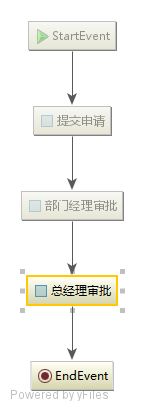
Before: src/main/resources/bpmns/helloWorld.png, a diagram exported from BPMN (leishuofeng/study_activiti). Its source is kept beside it as src/main/resources/bpmns/helloWorld.bpmn. Ids are renumbered. The source it was exported from:
```xml
<definitions xmlns="http://www.omg.org/spec/BPMN/20100524/MODEL" xmlns:activiti="http://activiti.org/bpmn" xmlns:bpmndi="http://www.omg.org/spec/BPMN/20100524/DI" xmlns:dc="http://www.omg.org/spec/DD/20100524/DC" xmlns:di="http://www.omg.org/spec/DD/20100524/DI" xmlns:tns="http://sourceforge.net/bpmn/definitions/$SYSTEM_TIME$" xmlns:xsd="http://www.w3.org/2001/XMLSchema" xmlns:xsi="http://www.w3.org/2001/XMLSchema-instance" xmlns:yaoqiang="http://bpmn.sourceforge.net" expressionLanguage="http://www.w3.org/1999/XPath" id="$SYSTEM_TIME$" name="$DEF_NAME$" targetNamespace="http://sourceforge.net/bpmn/definitions/$SYSTEM_TIME$" typeLanguage="http://www.w3.org/2001/XMLSchema">
  <process id="helloWorld" isClosed="false" isExecutable="true" name="helloWorldProcess" processType="None">
    <startEvent id="_2" name="StartEvent"/>
    <endEvent id="_3" name="EndEvent"/>
    <userTask activiti:exclusive="true" id="_4" name="提交申请"/>
    <userTask activiti:exclusive="true" id="_5" name="部门经理审批"/>
    <userTask activiti:exclusive="true" id="_6" name="总经理审批"/>
    <sequenceFlow id="_7" sourceRef="_2" targetRef="_4"/>
    <sequenceFlow id="_8" sourceRef="_4" targetRef="_5"/>
    <sequenceFlow id="_9" sourceRef="_5" targetRef="_6"/>
    <sequenceFlow id="_10" sourceRef="_6" targetRef="_3"/>
  </process>
  <bpmndi:BPMNDiagram documentation="background=#FFFFFF;count=1;horizontalcount=1;orientation=0;width=842.4;height=1195.2;imageableWidth=832.4;imageableHeight=1185.2;imageableX=5.0;imageableY=5.0" id="Diagram-_1" name="New Diagram">
    <bpmndi:BPMNPlane bpmnElement="helloWorld">
      <bpmndi:BPMNShape bpmnElement="_2" id="Shape-_2">
        <dc:Bounds height="32.0" width="32.0" x="160.0" y="25.0"/>
        <bpmndi:BPMNLabel>
          <dc:Bounds height="32.0" width="32.0" x="0.0" y="0.0"/>
        </bpmndi:BPMNLabel>
      </bpmndi:BPMNShape>
      <bpmndi:BPMNShape bpmnElement="_3" id="Shape-_3">
        <dc:Bounds height="32.0" width="32.0" x="165.0" y="395.0"/>
        <bpmndi:BPMNLabel>
          <dc:Bounds height="32.0" width="32.0" x="0.0" y="0.0"/>
        </bpmndi:BPMNLabel>
      </bpmndi:BPMNShape>
      <bpmndi:BPMNShape bpmnElement="_4" id="Shape-_4">
        <dc:Bounds height="55.0" width="85.0" x="135.0" y="105.0"/>
        <bpmndi:BPMNLabel>
          <dc:Bounds height="55.0" width="85.0" x="0.0" y="0.0"/>
        </bpmndi:BPMNLabel>
      </bpmndi:BPMNShape>
      <bpmndi:BPMNShape bpmnElement="_5" id="Shape-_5">
        <dc:Bounds height="55.0" width="85.0" x="140.0" y="200.0"/>
        <bpmndi:BPMNLabel>
          <dc:Bounds height="55.0" width="85.0" x="0.0" y="0.0"/>
        </bpmndi:BPMNLabel>
      </bpmndi:BPMNShape>
      <bpmndi:BPMNShape bpmnElement="_6" id="Shape-_6">
        <dc:Bounds height="55.0" width="85.0" x="135.0" y="300.0"/>
        <bpmndi:BPMNLabel>
          <dc:Bounds height="55.0" width="85.0" x="0.0" y="0.0"/>
        </bpmndi:BPMNLabel>
      </bpmndi:BPMNShape>
      <bpmndi:BPMNEdge bpmnElement="_7" id="BPMNEdge__7" sourceElement="_2" targetElement="_4">
        <di:waypoint x="176.0" y="57.0"/>
        <di:waypoint x="176.0" y="105.0"/>
        <bpmndi:BPMNLabel>
          <dc:Bounds height="0.0" width="0.0" x="0.0" y="0.0"/>
        </bpmndi:BPMNLabel>
      </bpmndi:BPMNEdge>
      <bpmndi:BPMNEdge bpmnElement="_8" id="BPMNEdge__8" sourceElement="_4" targetElement="_5">
        <di:waypoint x="180.0" y="160.0"/>
        <di:waypoint x="180.0" y="200.0"/>
        <bpmndi:BPMNLabel>
          <dc:Bounds height="0.0" width="0.0" x="0.0" y="0.0"/>
        </bpmndi:BPMNLabel>
      </bpmndi:BPMNEdge>
      <bpmndi:BPMNEdge bpmnElement="_9" id="BPMNEdge__9" sourceElement="_5" targetElement="_6">
        <di:waypoint x="180.0" y="255.0"/>
        <di:waypoint x="180.0" y="300.0"/>
        <bpmndi:BPMNLabel>
          <dc:Bounds height="0.0" width="0.0" x="0.0" y="0.0"/>
        </bpmndi:BPMNLabel>
      </bpmndi:BPMNEdge>
      <bpmndi:BPMNEdge bpmnElement="_10" id="BPMNEdge__10" sourceElement="_6" targetElement="_3">
        <di:waypoint x="181.0" y="355.0"/>
        <di:waypoint x="181.0" y="395.0"/>
        <bpmndi:BPMNLabel>
          <dc:Bounds height="0.0" width="0.0" x="0.0" y="0.0"/>
        </bpmndi:BPMNLabel>
      </bpmndi:BPMNEdge>
    </bpmndi:BPMNPlane>
  </bpmndi:BPMNDiagram>
</definitions>
```
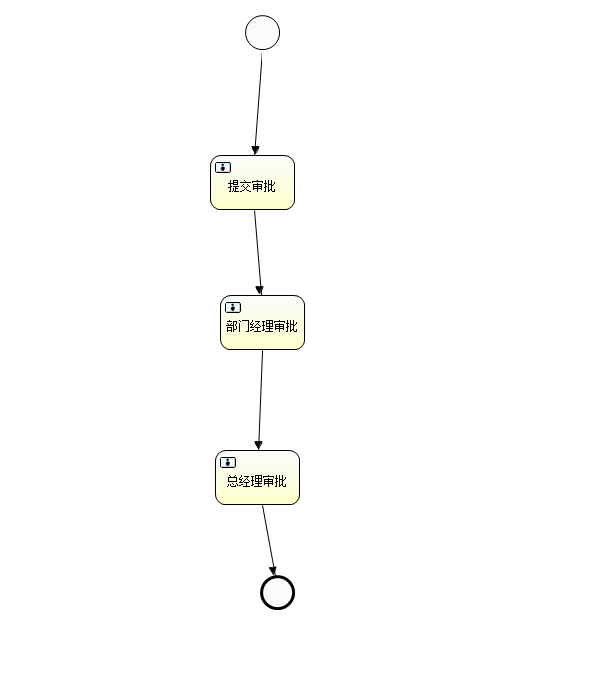
After the commit.

The edit, as a diff of the source:
```diff
@@ -1,8 +1,8 @@
-<definitions xmlns="http://www.omg.org/spec/BPMN/20100524/MODEL" xmlns:activiti="http://activiti.org/bpmn" xmlns:bpmndi="http://www.omg.org/spec/BPMN/20100524/DI" xmlns:dc="http://www.omg.org/spec/DD/20100524/DC" xmlns:di="http://www.omg.org/spec/DD/20100524/DI" xmlns:tns="http://sourceforge.net/bpmn/definitions/$SYSTEM_TIME$" xmlns:xsd="http://www.w3.org/2001/XMLSchema" xmlns:xsi="http://www.w3.org/2001/XMLSchema-instance" xmlns:yaoqiang="http://bpmn.sourceforge.net" expressionLanguage="http://www.w3.org/1999/XPath" id="$SYSTEM_TIME$" name="$DEF_NAME$" targetNamespace="http://sourceforge.net/bpmn/definitions/$SYSTEM_TIME$" typeLanguage="http://www.w3.org/2001/XMLSchema">
-  <process id="helloWorld" isClosed="false" isExecutable="true" name="helloWorldProcess" processType="None">
+<definitions xmlns="http://www.omg.org/spec/BPMN/20100524/MODEL" xmlns:activiti="http://activiti.org/bpmn" xmlns:bpmndi="http://www.omg.org/spec/BPMN/20100524/DI" xmlns:omgdc="http://www.omg.org/spec/DD/20100524/DC" xmlns:omgdi="http://www.omg.org/spec/DD/20100524/DI" xmlns:tns="http://www.activiti.org/test" xmlns:xsd="http://www.w3.org/2001/XMLSchema" xmlns:xsi="http://www.w3.org/2001/XMLSchema-instance" expressionLanguage="http://www.w3.org/1999/XPath" id="m1551775209069" name="" targetNamespace="http://www.activiti.org/test" typeLanguage="http://www.w3.org/2001/XMLSchema">
+  <process id="helloWorld" isClosed="false" isExecutable="true" name="helloWorld" processType="None">
     <startEvent id="_2" name="StartEvent"/>
     <endEvent id="_3" name="EndEvent"/>
-    <userTask activiti:exclusive="true" id="_4" name="提交申请"/>
+    <userTask activiti:exclusive="true" id="_4" name="提交审批"/>
     <userTask activiti:exclusive="true" id="_5" name="部门经理审批"/>
     <userTask activiti:exclusive="true" id="_6" name="总经理审批"/>
     <sequenceFlow id="_7" sourceRef="_2" targetRef="_4"/>
@@ -13,61 +13,61 @@
   <bpmndi:BPMNDiagram documentation="background=#FFFFFF;count=1;horizontalcount=1;orientation=0;width=842.4;height=1195.2;imageableWidth=832.4;imageableHeight=1185.2;imageableX=5.0;imageableY=5.0" id="Diagram-_1" name="New Diagram">
     <bpmndi:BPMNPlane bpmnElement="helloWorld">
       <bpmndi:BPMNShape bpmnElement="_2" id="Shape-_2">
-        <dc:Bounds height="32.0" width="32.0" x="160.0" y="25.0"/>
+        <omgdc:Bounds height="32.0" width="32.0" x="245.0" y="15.0"/>
         <bpmndi:BPMNLabel>
-          <dc:Bounds height="32.0" width="32.0" x="0.0" y="0.0"/>
+          <omgdc:Bounds height="32.0" width="32.0" x="0.0" y="0.0"/>
         </bpmndi:BPMNLabel>
       </bpmndi:BPMNShape>
       <bpmndi:BPMNShape bpmnElement="_3" id="Shape-_3">
-        <dc:Bounds height="32.0" width="32.0" x="165.0" y="395.0"/>
+        <omgdc:Bounds height="32.0" width="32.0" x="260.0" y="575.0"/>
         <bpmndi:BPMNLabel>
-          <dc:Bounds height="32.0" width="32.0" x="0.0" y="0.0"/>
+          <omgdc:Bounds height="32.0" width="32.0" x="0.0" y="0.0"/>
         </bpmndi:BPMNLabel>
       </bpmndi:BPMNShape>
       <bpmndi:BPMNShape bpmnElement="_4" id="Shape-_4">
-        <dc:Bounds height="55.0" width="85.0" x="135.0" y="105.0"/>
+        <omgdc:Bounds height="55.0" width="85.0" x="210.0" y="155.0"/>
         <bpmndi:BPMNLabel>
-          <dc:Bounds height="55.0" width="85.0" x="0.0" y="0.0"/>
+          <omgdc:Bounds height="55.0" width="85.0" x="0.0" y="0.0"/>
         </bpmndi:BPMNLabel>
       </bpmndi:BPMNShape>
       <bpmndi:BPMNShape bpmnElement="_5" id="Shape-_5">
-        <dc:Bounds height="55.0" width="85.0" x="140.0" y="200.0"/>
+        <omgdc:Bounds height="55.0" width="85.0" x="220.0" y="295.0"/>
         <bpmndi:BPMNLabel>
-          <dc:Bounds height="55.0" width="85.0" x="0.0" y="0.0"/>
+          <omgdc:Bounds height="55.0" width="85.0" x="0.0" y="0.0"/>
         </bpmndi:BPMNLabel>
       </bpmndi:BPMNShape>
       <bpmndi:BPMNShape bpmnElement="_6" id="Shape-_6">
-        <dc:Bounds height="55.0" width="85.0" x="135.0" y="300.0"/>
+        <omgdc:Bounds height="55.0" width="85.0" x="215.0" y="450.0"/>
         <bpmndi:BPMNLabel>
-          <dc:Bounds height="55.0" width="85.0" x="0.0" y="0.0"/>
+          <omgdc:Bounds height="55.0" width="85.0" x="0.0" y="0.0"/>
         </bpmndi:BPMNLabel>
       </bpmndi:BPMNShape>
       <bpmndi:BPMNEdge bpmnElement="_7" id="BPMNEdge__7" sourceElement="_2" targetElement="_4">
-        <di:waypoint x="176.0" y="57.0"/>
-        <di:waypoint x="176.0" y="105.0"/>
+        <omgdi:waypoint x="261.0" y="47.0"/>
+        <omgdi:waypoint x="261.0" y="155.0"/>
         <bpmndi:BPMNLabel>
-          <dc:Bounds height="0.0" width="0.0" x="0.0" y="0.0"/>
+          <omgdc:Bounds height="0.0" width="0.0" x="0.0" y="0.0"/>
         </bpmndi:BPMNLabel>
       </bpmndi:BPMNEdge>
       <bpmndi:BPMNEdge bpmnElement="_8" id="BPMNEdge__8" sourceElement="_4" targetElement="_5">
-        <di:waypoint x="180.0" y="160.0"/>
-        <di:waypoint x="180.0" y="200.0"/>
+        <omgdi:waypoint x="257.5" y="210.0"/>
+        <omgdi:waypoint x="257.5" y="295.0"/>
         <bpmndi:BPMNLabel>
-          <dc:Bounds height="0.0" width="0.0" x="0.0" y="0.0"/>
+          <omgdc:Bounds height="0.0" width="0.0" x="0.0" y="0.0"/>
         </bpmndi:BPMNLabel>
       </bpmndi:BPMNEdge>
       <bpmndi:BPMNEdge bpmnElement="_9" id="BPMNEdge__9" sourceElement="_5" targetElement="_6">
-        <di:waypoint x="180.0" y="255.0"/>
-        <di:waypoint x="180.0" y="300.0"/>
+        <omgdi:waypoint x="260.0" y="350.0"/>
+        <omgdi:waypoint x="260.0" y="450.0"/>
         <bpmndi:BPMNLabel>
-          <dc:Bounds height="0.0" width="0.0" x="0.0" y="0.0"/>
+          <omgdc:Bounds height="0.0" width="0.0" x="0.0" y="0.0"/>
         </bpmndi:BPMNLabel>
       </bpmndi:BPMNEdge>
       <bpmndi:BPMNEdge bpmnElement="_10" id="BPMNEdge__10" sourceElement="_6" targetElement="_3">
-        <di:waypoint x="181.0" y="355.0"/>
-        <di:waypoint x="181.0" y="395.0"/>
+        <omgdi:waypoint x="276.0" y="505.0"/>
+        <omgdi:waypoint x="276.0" y="575.0"/>
         <bpmndi:BPMNLabel>
-          <dc:Bounds height="0.0" width="0.0" x="0.0" y="0.0"/>
+          <omgdc:Bounds height="0.0" width="0.0" x="0.0" y="0.0"/>
         </bpmndi:BPMNLabel>
       </bpmndi:BPMNEdge>
     </bpmndi:BPMNPlane>
```
